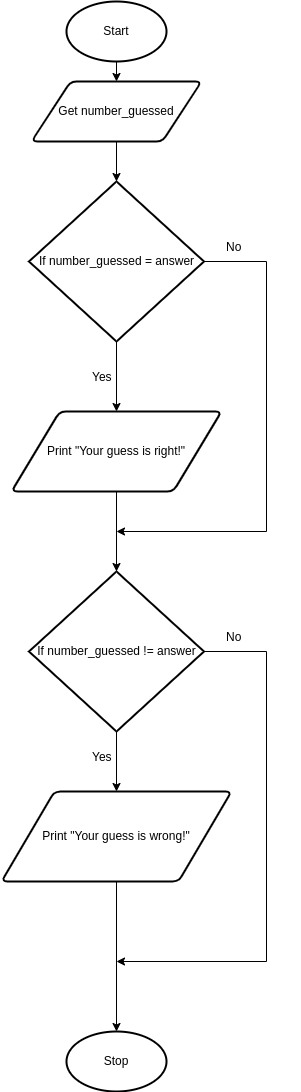
The draw.io diagram design.number_guess.flowchart.png in Yiyun-Qin/ICS3U-Unit3-03-Python, before a commit. Source tidied: cells renumbered, new cells last; positions are measured from the earlier drawing's top-left corner, leaving out a move shared by most shapes.
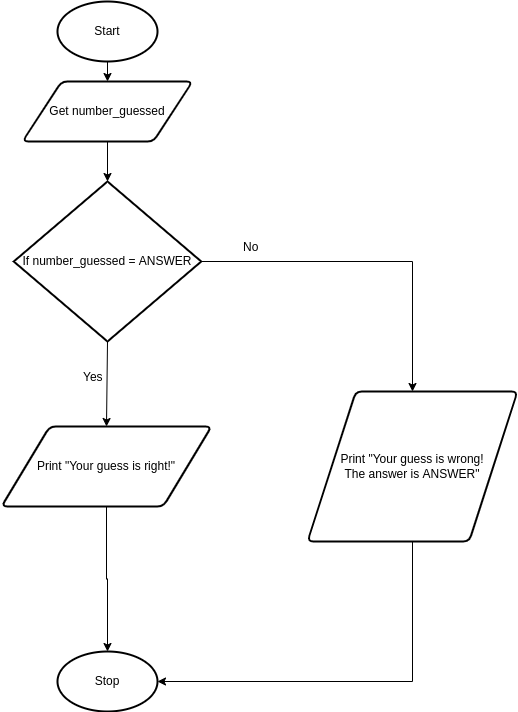
Above is the later version.

Commit message:
new number_guess int

The edit, as a diff of the source:
```diff
@@ -14,62 +14,35 @@
     <mxCell id="5" value="Get number_guessed" style="shape=parallelogram;html=1;strokeWidth=2;perimeter=parallelogramPerimeter;whiteSpace=wrap;rounded=1;arcSize=12;size=0.23;" parent="1" vertex="1">
       <mxGeometry x="30" y="80" width="170" height="60" as="geometry" />
     </mxCell>
-    <mxCell id="6" style="edgeStyle=none;html=1;exitX=0.5;exitY=1;exitDx=0;exitDy=0;entryX=0.5;entryY=0;entryDx=0;entryDy=0;entryPerimeter=0;" parent="1" edge="1" source="7" target="18">
-      <mxGeometry relative="1" as="geometry" />
-    </mxCell>
+    <mxCell id="21" style="edgeStyle=orthogonalEdgeStyle;rounded=0;html=1;exitX=0.5;exitY=1;exitDx=0;exitDy=0;entryX=0.5;entryY=0;entryDx=0;entryDy=0;entryPerimeter=0;" parent="1" edge="1" source="7" target="8">
+      <mxGeometry relative="1" as="geometry" />
+    </mxCell>
     <mxCell id="7" value="Print &quot;Your guess is right!&quot;" style="shape=parallelogram;html=1;strokeWidth=2;perimeter=parallelogramPerimeter;whiteSpace=wrap;rounded=1;arcSize=12;size=0.23;" parent="1" vertex="1">
-      <mxGeometry x="10" y="410" width="210" height="80" as="geometry" />
+      <mxGeometry x="9" y="425" width="210" height="80" as="geometry" />
     </mxCell>
     <mxCell id="8" value="Stop" style="strokeWidth=2;html=1;shape=mxgraph.flowchart.start_1;whiteSpace=wrap;" parent="1" vertex="1">
-      <mxGeometry x="65" y="1030" width="100" height="60" as="geometry" />
+      <mxGeometry x="65" y="650" width="100" height="60" as="geometry" />
     </mxCell>
     <mxCell id="9" style="edgeStyle=none;html=1;exitX=0.5;exitY=1;exitDx=0;exitDy=0;exitPerimeter=0;entryX=0.5;entryY=0;entryDx=0;entryDy=0;" parent="1" edge="1" source="11" target="7">
       <mxGeometry relative="1" as="geometry" />
     </mxCell>
-    <mxCell id="10" style="edgeStyle=orthogonalEdgeStyle;html=1;exitX=1;exitY=0.5;exitDx=0;exitDy=0;exitPerimeter=0;rounded=0;" parent="1" edge="1" source="11">
-      <mxGeometry relative="1" as="geometry">
-        <mxPoint x="115" y="530" as="targetPoint" />
-        <Array as="points">
-          <mxPoint x="265" y="260" />
-          <mxPoint x="265" y="530" />
-        </Array>
-      </mxGeometry>
-    </mxCell>
+    <mxCell id="20" style="edgeStyle=orthogonalEdgeStyle;html=1;exitX=1;exitY=0.5;exitDx=0;exitDy=0;exitPerimeter=0;entryX=0.5;entryY=0;entryDx=0;entryDy=0;rounded=0;" parent="1" edge="1" source="11" target="14">
+      <mxGeometry relative="1" as="geometry" />
+    </mxCell>
-    <mxCell id="11" value="If number_guessed = answer" style="strokeWidth=2;html=1;shape=mxgraph.flowchart.decision;whiteSpace=wrap;" parent="1" vertex="1">
-      <mxGeometry x="27.5" y="180" width="175" height="160" as="geometry" />
+    <mxCell id="11" value="If number_guessed = ANSWER" style="strokeWidth=2;html=1;shape=mxgraph.flowchart.decision;whiteSpace=wrap;" parent="1" vertex="1">
+      <mxGeometry x="21.2" y="180" width="187.5" height="160" as="geometry" />
     </mxCell>
     <mxCell id="12" value="Yes" style="text;strokeColor=none;fillColor=none;align=left;verticalAlign=middle;spacingLeft=4;spacingRight=4;overflow=hidden;" parent="1" vertex="1">
       <mxGeometry x="85" y="360" width="37.5" height="30" as="geometry" />
     </mxCell>
-    <mxCell id="13" style="edgeStyle=orthogonalEdgeStyle;rounded=0;html=1;exitX=0.5;exitY=1;exitDx=0;exitDy=0;entryX=0.5;entryY=0;entryDx=0;entryDy=0;entryPerimeter=0;" parent="1" edge="1" source="14" target="8">
+    <mxCell id="13" style="edgeStyle=orthogonalEdgeStyle;rounded=0;html=1;exitX=0.5;exitY=1;exitDx=0;exitDy=0;entryX=1;entryY=0.5;entryDx=0;entryDy=0;entryPerimeter=0;" parent="1" edge="1" source="14" target="8">
       <mxGeometry relative="1" as="geometry" />
     </mxCell>
-    <mxCell id="14" value="Print &quot;Your guess is wrong!&quot;" style="shape=parallelogram;html=1;strokeWidth=2;perimeter=parallelogramPerimeter;whiteSpace=wrap;rounded=1;arcSize=12;size=0.23;" parent="1" vertex="1">
-      <mxGeometry y="790" width="230" height="90" as="geometry" />
+    <mxCell id="14" value="Print &quot;Your guess is wrong!&lt;br&gt;The answer is ANSWER&quot;" style="shape=parallelogram;html=1;strokeWidth=2;perimeter=parallelogramPerimeter;whiteSpace=wrap;rounded=1;arcSize=12;size=0.23;" parent="1" vertex="1">
+      <mxGeometry x="315" y="390" width="210" height="150" as="geometry" />
     </mxCell>
     <mxCell id="15" value="No" style="text;strokeColor=none;fillColor=none;align=left;verticalAlign=middle;spacingLeft=4;spacingRight=4;overflow=hidden;" parent="1" vertex="1">
-      <mxGeometry x="219" y="230" width="80" height="30" as="geometry" />
+      <mxGeometry x="245" y="230" width="80" height="30" as="geometry" />
     </mxCell>
-    <mxCell id="16" style="edgeStyle=orthogonalEdgeStyle;rounded=0;html=1;exitX=0.5;exitY=1;exitDx=0;exitDy=0;exitPerimeter=0;entryX=0.5;entryY=0;entryDx=0;entryDy=0;" parent="1" edge="1" source="18" target="14">
-      <mxGeometry relative="1" as="geometry" />
-    </mxCell>
-    <mxCell id="17" style="edgeStyle=orthogonalEdgeStyle;rounded=0;html=1;exitX=1;exitY=0.5;exitDx=0;exitDy=0;exitPerimeter=0;" parent="1" edge="1" source="18">
-      <mxGeometry relative="1" as="geometry">
-        <mxPoint x="115" y="960" as="targetPoint" />
-        <Array as="points">
-          <mxPoint x="265" y="650" />
-          <mxPoint x="265" y="960" />
-        </Array>
-      </mxGeometry>
-    </mxCell>
-    <mxCell id="18" value="If number_guessed != answer" style="strokeWidth=2;html=1;shape=mxgraph.flowchart.decision;whiteSpace=wrap;" parent="1" vertex="1">
-      <mxGeometry x="27.5" y="570" width="175" height="160" as="geometry" />
-    </mxCell>
-    <mxCell id="19" value="Yes" style="text;strokeColor=none;fillColor=none;align=left;verticalAlign=middle;spacingLeft=4;spacingRight=4;overflow=hidden;" parent="1" vertex="1">
-      <mxGeometry x="85" y="740" width="37.5" height="30" as="geometry" />
-    </mxCell>
-    <mxCell id="20" value="No" style="text;strokeColor=none;fillColor=none;align=left;verticalAlign=middle;spacingLeft=4;spacingRight=4;overflow=hidden;" parent="1" vertex="1">
-      <mxGeometry x="219" y="620" width="80" height="30" as="geometry" />
-    </mxCell>
   </root>
 </mxGraphModel>
```
